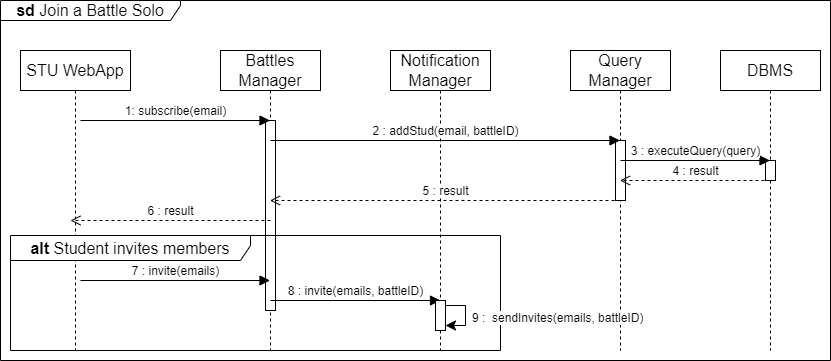
Earlier version of the draw.io export DD/images/runtimeviews/RuntimeView_JoinBattleSolo.png (pontig/sw-eng-2-PasiniPontiggiaStasi). Source tidied: cells renumbered, new cells last; positions are measured from the earlier drawing's top-left corner, leaving out a move shared by most shapes. Source of this version:
```xml
<mxGraphModel>
  <root>
    <mxCell id="0" />
    <mxCell id="1" parent="0" />
    <mxCell id="2" value="STU WebApp" style="shape=umlLifeline;perimeter=lifelinePerimeter;whiteSpace=wrap;html=1;outlineConnect=0;portConstraint=eastwest;newEdgeStyle={&quot;curved&quot;:0,&quot;rounded&quot;:0};fontSize=16;" parent="1" vertex="1">
      <mxGeometry x="20" y="50" width="110" height="300" as="geometry" />
    </mxCell>
    <mxCell id="3" value="Battles Manager" style="shape=umlLifeline;perimeter=lifelinePerimeter;whiteSpace=wrap;html=1;outlineConnect=0;portConstraint=eastwest;newEdgeStyle={&quot;curved&quot;:0,&quot;rounded&quot;:0};fontSize=16;" parent="1" vertex="1">
      <mxGeometry x="220" y="50" width="100" height="300" as="geometry" />
    </mxCell>
    <mxCell id="4" style="html=1;perimeter=orthogonalPerimeter;targetShapes=umlLifeline;newEdgeStyle={&quot;curved&quot;:0,&quot;rounded&quot;:0};fontSize=16;" parent="3" vertex="1">
      <mxGeometry x="45" y="70" width="10" height="190" as="geometry" />
    </mxCell>
    <mxCell id="5" value="Notification Manager" style="shape=umlLifeline;perimeter=lifelinePerimeter;whiteSpace=wrap;html=1;newEdgeStyle={&quot;curved&quot;:0,&quot;rounded&quot;:0};fontSize=16;" parent="1" vertex="1">
      <mxGeometry x="390" y="50" width="100" height="300" as="geometry" />
    </mxCell>
    <mxCell id="6" value="Query Manager" style="shape=umlLifeline;perimeter=lifelinePerimeter;whiteSpace=wrap;html=1;outlineConnect=0;portConstraint=eastwest;newEdgeStyle={&quot;curved&quot;:0,&quot;rounded&quot;:0};fontSize=16;" parent="1" vertex="1">
      <mxGeometry x="570" y="50" width="100" height="300" as="geometry" />
    </mxCell>
    <mxCell id="7" style="html=1;perimeter=orthogonalPerimeter;targetShapes=umlLifeline;newEdgeStyle={&quot;curved&quot;:0,&quot;rounded&quot;:0};fontSize=16;" parent="6" vertex="1">
      <mxGeometry x="45" y="90" width="10" height="60" as="geometry" />
    </mxCell>
    <mxCell id="8" value="1: subscribe(email)" style="html=1;verticalAlign=bottom;endArrow=block;curved=0;rounded=0;fontSize=12;startSize=8;endSize=8;" parent="1" edge="1" target="3">
      <mxGeometry relative="1" as="geometry">
        <mxPoint x="80" y="120" as="sourcePoint" />
      </mxGeometry>
    </mxCell>
    <mxCell id="9" value="2 : addStud(email, battleID)" style="html=1;verticalAlign=bottom;endArrow=block;curved=0;rounded=0;fontSize=12;startSize=8;endSize=8;" parent="1" edge="1" target="6">
      <mxGeometry relative="1" as="geometry">
        <mxPoint x="270" y="140" as="sourcePoint" />
      </mxGeometry>
    </mxCell>
    <mxCell id="10" value="DBMS" style="shape=umlLifeline;perimeter=lifelinePerimeter;whiteSpace=wrap;html=1;outlineConnect=0;portConstraint=eastwest;newEdgeStyle={&quot;curved&quot;:0,&quot;rounded&quot;:0};fontSize=16;" parent="1" vertex="1">
      <mxGeometry x="720" y="50" width="100" height="300" as="geometry" />
    </mxCell>
    <mxCell id="11" style="html=1;perimeter=orthogonalPerimeter;targetShapes=umlLifeline;newEdgeStyle={&quot;curved&quot;:0,&quot;rounded&quot;:0};fontSize=16;" parent="10" vertex="1">
      <mxGeometry x="45" y="110" width="10" height="20" as="geometry" />
    </mxCell>
    <mxCell id="12" value="3 : executeQuery(query)" style="html=1;verticalAlign=bottom;endArrow=block;curved=0;rounded=0;fontSize=12;startSize=8;endSize=8;" parent="1" edge="1" target="10">
      <mxGeometry relative="1" as="geometry">
        <mxPoint x="620" y="160" as="sourcePoint" />
      </mxGeometry>
    </mxCell>
    <mxCell id="13" value="4 : result" style="html=1;verticalAlign=bottom;endArrow=open;dashed=1;endSize=8;curved=0;rounded=0;fontSize=12;" parent="1" edge="1" target="6">
      <mxGeometry relative="1" as="geometry">
        <mxPoint x="770" y="180" as="sourcePoint" />
      </mxGeometry>
    </mxCell>
    <mxCell id="14" value="5 : result" style="html=1;verticalAlign=bottom;endArrow=open;dashed=1;endSize=8;curved=0;rounded=0;fontSize=12;" parent="1" edge="1" target="3">
      <mxGeometry relative="1" as="geometry">
        <mxPoint x="620" y="200" as="sourcePoint" />
      </mxGeometry>
    </mxCell>
    <mxCell id="15" value="&lt;b&gt;alt &lt;/b&gt;Student invites members" style="shape=umlFrame;whiteSpace=wrap;html=1;fontSize=16;width=240;height=25;" parent="1" vertex="1">
      <mxGeometry x="10" y="235" width="490" height="115" as="geometry" />
    </mxCell>
    <mxCell id="16" value="7 : invite(emails)" style="html=1;verticalAlign=bottom;endArrow=block;curved=0;rounded=0;fontSize=12;startSize=8;endSize=8;" parent="1" edge="1" target="3">
      <mxGeometry relative="1" as="geometry">
        <mxPoint x="80" y="280" as="sourcePoint" />
      </mxGeometry>
    </mxCell>
    <mxCell id="17" value="8 : invite(emails, battleID)" style="html=1;verticalAlign=bottom;endArrow=block;curved=0;rounded=0;fontSize=12;startSize=8;endSize=8;" parent="1" edge="1">
      <mxGeometry relative="1" as="geometry">
        <mxPoint x="270" y="300" as="sourcePoint" />
        <mxPoint x="440" y="300" as="targetPoint" />
      </mxGeometry>
    </mxCell>
    <mxCell id="18" style="html=1;points=[[0,0,0,0,5],[0,1,0,0,-5],[1,0,0,0,5],[1,1,0,0,-5]];perimeter=orthogonalPerimeter;outlineConnect=0;targetShapes=umlLifeline;portConstraint=eastwest;newEdgeStyle={&quot;curved&quot;:0,&quot;rounded&quot;:0};fontSize=16;" parent="1" vertex="1">
      <mxGeometry x="435" y="300" width="10" height="30" as="geometry" />
    </mxCell>
    <mxCell id="19" style="edgeStyle=none;curved=0;rounded=0;orthogonalLoop=1;jettySize=auto;html=1;fontSize=12;startSize=8;endSize=8;elbow=vertical;" parent="1" edge="1" source="18" target="18">
      <mxGeometry relative="1" as="geometry" />
    </mxCell>
    <mxCell id="20" value="&lt;div style=&quot;text-align: center;&quot;&gt;&lt;span style=&quot;font-size: 12px; background-color: rgb(255, 255, 255);&quot;&gt;9 :&amp;nbsp; sendInvites(emails, battleID)&lt;/span&gt;&lt;/div&gt;" style="text;whiteSpace=wrap;html=1;fontSize=16;" parent="1" vertex="1">
      <mxGeometry x="470" y="300" width="180" height="20" as="geometry" />
    </mxCell>
    <mxCell id="21" value="&lt;b style=&quot;&quot;&gt;sd &lt;/b&gt;Join a Battle Solo" style="shape=umlFrame;whiteSpace=wrap;html=1;fontSize=16;width=180;height=20;" parent="1" vertex="1">
      <mxGeometry width="830" height="360" as="geometry" />
    </mxCell>
    <mxCell id="22" value="6 : result" style="html=1;verticalAlign=bottom;endArrow=open;dashed=1;endSize=8;curved=0;rounded=0;fontSize=12;" parent="1" edge="1">
      <mxGeometry relative="1" as="geometry">
        <mxPoint x="270" y="220" as="sourcePoint" />
        <mxPoint x="70" y="220" as="targetPoint" />
      </mxGeometry>
    </mxCell>
  </root>
</mxGraphModel>
```
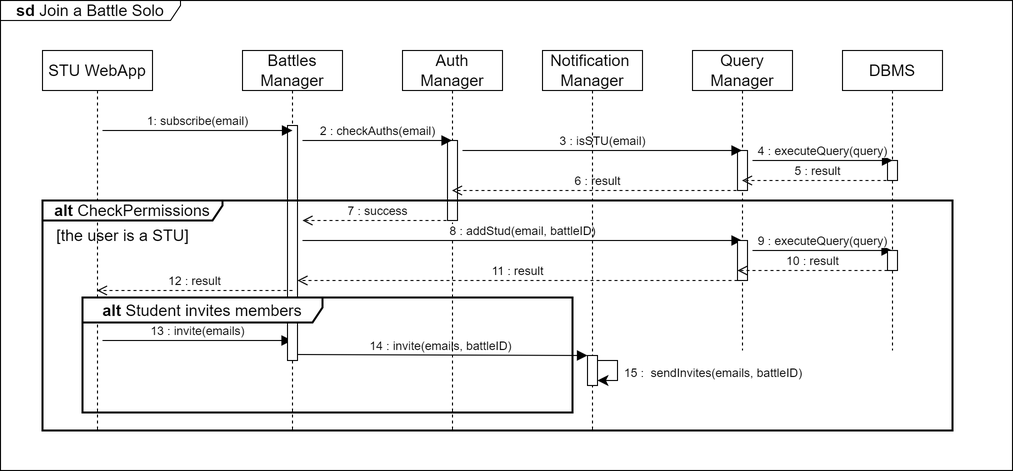
The same diagram one commit later.

Commit message:
fixed runtime views with right components

What changed in the source:
```diff
@@ -2,86 +2,137 @@
   <root>
     <mxCell id="0" />
     <mxCell id="1" parent="0" />
-    <mxCell id="2" value="STU WebApp" style="shape=umlLifeline;perimeter=lifelinePerimeter;whiteSpace=wrap;html=1;outlineConnect=0;portConstraint=eastwest;newEdgeStyle={&quot;curved&quot;:0,&quot;rounded&quot;:0};fontSize=16;" parent="1" vertex="1">
-      <mxGeometry x="20" y="50" width="110" height="300" as="geometry" />
-    </mxCell>
-    <mxCell id="3" value="Battles Manager" style="shape=umlLifeline;perimeter=lifelinePerimeter;whiteSpace=wrap;html=1;outlineConnect=0;portConstraint=eastwest;newEdgeStyle={&quot;curved&quot;:0,&quot;rounded&quot;:0};fontSize=16;" parent="1" vertex="1">
-      <mxGeometry x="220" y="50" width="100" height="300" as="geometry" />
-    </mxCell>
-    <mxCell id="4" style="html=1;perimeter=orthogonalPerimeter;targetShapes=umlLifeline;newEdgeStyle={&quot;curved&quot;:0,&quot;rounded&quot;:0};fontSize=16;" parent="3" vertex="1">
-      <mxGeometry x="45" y="70" width="10" height="190" as="geometry" />
-    </mxCell>
-    <mxCell id="5" value="Notification Manager" style="shape=umlLifeline;perimeter=lifelinePerimeter;whiteSpace=wrap;html=1;newEdgeStyle={&quot;curved&quot;:0,&quot;rounded&quot;:0};fontSize=16;" parent="1" vertex="1">
-      <mxGeometry x="390" y="50" width="100" height="300" as="geometry" />
-    </mxCell>
     <mxCell id="6" value="Query Manager" style="shape=umlLifeline;perimeter=lifelinePerimeter;whiteSpace=wrap;html=1;outlineConnect=0;portConstraint=eastwest;newEdgeStyle={&quot;curved&quot;:0,&quot;rounded&quot;:0};fontSize=16;" parent="1" vertex="1">
-      <mxGeometry x="570" y="50" width="100" height="300" as="geometry" />
+      <mxGeometry x="1650" y="30" width="100" height="300" as="geometry" />
     </mxCell>
     <mxCell id="7" style="html=1;perimeter=orthogonalPerimeter;targetShapes=umlLifeline;newEdgeStyle={&quot;curved&quot;:0,&quot;rounded&quot;:0};fontSize=16;" parent="6" vertex="1">
-      <mxGeometry x="45" y="90" width="10" height="60" as="geometry" />
+      <mxGeometry x="45" y="100" width="10" height="40" as="geometry" />
     </mxCell>
-    <mxCell id="8" value="1: subscribe(email)" style="html=1;verticalAlign=bottom;endArrow=block;curved=0;rounded=0;fontSize=12;startSize=8;endSize=8;" parent="1" edge="1" target="3">
-      <mxGeometry relative="1" as="geometry">
-        <mxPoint x="80" y="120" as="sourcePoint" />
-      </mxGeometry>
-    </mxCell>
-    <mxCell id="9" value="2 : addStud(email, battleID)" style="html=1;verticalAlign=bottom;endArrow=block;curved=0;rounded=0;fontSize=12;startSize=8;endSize=8;" parent="1" edge="1" target="6">
-      <mxGeometry relative="1" as="geometry">
-        <mxPoint x="270" y="140" as="sourcePoint" />
-      </mxGeometry>
-    </mxCell>
     <mxCell id="10" value="DBMS" style="shape=umlLifeline;perimeter=lifelinePerimeter;whiteSpace=wrap;html=1;outlineConnect=0;portConstraint=eastwest;newEdgeStyle={&quot;curved&quot;:0,&quot;rounded&quot;:0};fontSize=16;" parent="1" vertex="1">
-      <mxGeometry x="720" y="50" width="100" height="300" as="geometry" />
+      <mxGeometry x="1800" y="30" width="100" height="300" as="geometry" />
     </mxCell>
     <mxCell id="11" style="html=1;perimeter=orthogonalPerimeter;targetShapes=umlLifeline;newEdgeStyle={&quot;curved&quot;:0,&quot;rounded&quot;:0};fontSize=16;" parent="10" vertex="1">
       <mxGeometry x="45" y="110" width="10" height="20" as="geometry" />
     </mxCell>
-    <mxCell id="12" value="3 : executeQuery(query)" style="html=1;verticalAlign=bottom;endArrow=block;curved=0;rounded=0;fontSize=12;startSize=8;endSize=8;" parent="1" edge="1" target="10">
+    <mxCell id="12" value="4 : executeQuery(query)" style="html=1;verticalAlign=bottom;endArrow=block;curved=0;rounded=0;fontSize=12;startSize=8;endSize=8;" parent="1" edge="1">
       <mxGeometry relative="1" as="geometry">
-        <mxPoint x="620" y="160" as="sourcePoint" />
+        <mxPoint x="1710" y="140" as="sourcePoint" />
+        <mxPoint x="1850" y="140" as="targetPoint" />
       </mxGeometry>
     </mxCell>
-    <mxCell id="13" value="4 : result" style="html=1;verticalAlign=bottom;endArrow=open;dashed=1;endSize=8;curved=0;rounded=0;fontSize=12;" parent="1" edge="1" target="6">
+    <mxCell id="13" value="5 : result" style="html=1;verticalAlign=bottom;endArrow=open;dashed=1;endSize=8;curved=0;rounded=0;fontSize=12;" parent="1" edge="1" target="6">
       <mxGeometry relative="1" as="geometry">
-        <mxPoint x="770" y="180" as="sourcePoint" />
+        <mxPoint x="1850" y="160" as="sourcePoint" />
       </mxGeometry>
     </mxCell>
-    <mxCell id="14" value="5 : result" style="html=1;verticalAlign=bottom;endArrow=open;dashed=1;endSize=8;curved=0;rounded=0;fontSize=12;" parent="1" edge="1" target="3">
-      <mxGeometry relative="1" as="geometry">
-        <mxPoint x="620" y="200" as="sourcePoint" />
-      </mxGeometry>
-    </mxCell>
-    <mxCell id="15" value="&lt;b&gt;alt &lt;/b&gt;Student invites members" style="shape=umlFrame;whiteSpace=wrap;html=1;fontSize=16;width=240;height=25;" parent="1" vertex="1">
-      <mxGeometry x="10" y="235" width="490" height="115" as="geometry" />
-    </mxCell>
-    <mxCell id="16" value="7 : invite(emails)" style="html=1;verticalAlign=bottom;endArrow=block;curved=0;rounded=0;fontSize=12;startSize=8;endSize=8;" parent="1" edge="1" target="3">
+    <mxCell id="16" value="13 : invite(emails)" style="html=1;verticalAlign=bottom;endArrow=block;curved=0;rounded=0;fontSize=12;startSize=8;endSize=8;" parent="1" edge="1">
       <mxGeometry relative="1" as="geometry">
-        <mxPoint x="80" y="280" as="sourcePoint" />
+        <mxPoint x="1060" y="320" as="sourcePoint" />
+        <mxPoint x="1249.5" y="320" as="targetPoint" />
       </mxGeometry>
     </mxCell>
-    <mxCell id="17" value="8 : invite(emails, battleID)" style="html=1;verticalAlign=bottom;endArrow=block;curved=0;rounded=0;fontSize=12;startSize=8;endSize=8;" parent="1" edge="1">
+    <mxCell id="17" value="14 : invite(emails, battleID)" style="html=1;verticalAlign=bottom;endArrow=block;curved=0;rounded=0;fontSize=12;startSize=8;endSize=8;" parent="1" edge="1" target="18">
       <mxGeometry relative="1" as="geometry">
-        <mxPoint x="270" y="300" as="sourcePoint" />
-        <mxPoint x="440" y="300" as="targetPoint" />
+        <mxPoint x="1250" y="334" as="sourcePoint" />
       </mxGeometry>
     </mxCell>
+    <mxCell id="20" value="&lt;div style=&quot;text-align: center;&quot;&gt;&lt;span style=&quot;font-size: 12px; background-color: rgb(255, 255, 255);&quot;&gt;15 :&amp;nbsp; sendInvites(emails, battleID)&lt;/span&gt;&lt;/div&gt;" style="text;whiteSpace=wrap;html=1;fontSize=16;" parent="1" vertex="1">
+      <mxGeometry x="1580" y="335" width="190" height="20" as="geometry" />
+    </mxCell>
+    <mxCell id="21" value="&lt;b style=&quot;&quot;&gt;sd &lt;/b&gt;Join a Battle Solo" style="shape=umlFrame;whiteSpace=wrap;html=1;fontSize=16;width=180;height=20;" parent="1" vertex="1">
+      <mxGeometry x="958" y="-20" width="1012" height="470" as="geometry" />
+    </mxCell>
+    <mxCell id="2" value="STU WebApp" style="shape=umlLifeline;perimeter=lifelinePerimeter;whiteSpace=wrap;html=1;outlineConnect=0;portConstraint=eastwest;newEdgeStyle={&quot;curved&quot;:0,&quot;rounded&quot;:0};fontSize=16;" parent="1" vertex="1">
+      <mxGeometry x="1000" y="30" width="110" height="380" as="geometry" />
+    </mxCell>
+    <mxCell id="3" value="Battles Manager" style="shape=umlLifeline;perimeter=lifelinePerimeter;whiteSpace=wrap;html=1;outlineConnect=0;portConstraint=eastwest;newEdgeStyle={&quot;curved&quot;:0,&quot;rounded&quot;:0};fontSize=16;" parent="1" vertex="1">
+      <mxGeometry x="1200" y="30" width="100" height="380" as="geometry" />
+    </mxCell>
+    <mxCell id="23" style="html=1;points=[[0,0,0,0,5],[0,1,0,0,-5],[1,0,0,0,5],[1,1,0,0,-5]];perimeter=orthogonalPerimeter;outlineConnect=0;targetShapes=umlLifeline;portConstraint=eastwest;newEdgeStyle={&quot;curved&quot;:0,&quot;rounded&quot;:0};fontSize=16;" parent="3" vertex="1">
+      <mxGeometry x="45" y="75" width="10" height="235" as="geometry" />
+    </mxCell>
+    <mxCell id="8" value="1: subscribe(email)" style="html=1;verticalAlign=bottom;endArrow=block;curved=0;rounded=0;fontSize=12;startSize=8;endSize=8;" parent="1" edge="1">
+      <mxGeometry relative="1" as="geometry">
+        <mxPoint x="1060" y="110" as="sourcePoint" />
+        <mxPoint x="1250" y="110" as="targetPoint" />
+      </mxGeometry>
+    </mxCell>
+    <mxCell id="24" value="Auth Manager" style="shape=umlLifeline;perimeter=lifelinePerimeter;whiteSpace=wrap;html=1;outlineConnect=0;portConstraint=eastwest;newEdgeStyle={&quot;curved&quot;:0,&quot;rounded&quot;:0};fontSize=16;" parent="1" vertex="1">
+      <mxGeometry x="1360" y="30" width="100" height="380" as="geometry" />
+    </mxCell>
+    <mxCell id="25" style="html=1;perimeter=orthogonalPerimeter;targetShapes=umlLifeline;newEdgeStyle={&quot;curved&quot;:0,&quot;rounded&quot;:0};fontSize=16;" parent="24" vertex="1">
+      <mxGeometry x="45" y="90" width="10" height="80" as="geometry" />
+    </mxCell>
+    <mxCell id="26" value="2 : checkAuths(email)" style="html=1;verticalAlign=bottom;endArrow=block;curved=0;rounded=0;fontSize=12;startSize=8;endSize=8;" parent="1" edge="1" target="24">
+      <mxGeometry relative="1" as="geometry">
+        <mxPoint x="1260" y="120" as="sourcePoint" />
+      </mxGeometry>
+    </mxCell>
+    <mxCell id="27" value="3 : isSTU(email)" style="html=1;verticalAlign=bottom;endArrow=block;curved=0;rounded=0;fontSize=12;startSize=8;endSize=8;" parent="1" edge="1" target="6">
+      <mxGeometry relative="1" as="geometry">
+        <mxPoint x="1420" y="130" as="sourcePoint" />
+      </mxGeometry>
+    </mxCell>
+    <mxCell id="22" value="6 : result" style="html=1;verticalAlign=bottom;endArrow=open;dashed=1;endSize=8;curved=0;rounded=0;fontSize=12;" parent="1" edge="1" target="24">
+      <mxGeometry relative="1" as="geometry">
+        <mxPoint x="1700" y="170" as="sourcePoint" />
+      </mxGeometry>
+    </mxCell>
+    <mxCell id="28" value="&lt;b&gt;alt &lt;/b&gt;CheckPermissions" style="shape=umlFrame;whiteSpace=wrap;html=1;fontSize=16;width=180;height=20;strokeWidth=2;" parent="1" vertex="1">
+      <mxGeometry x="1000" y="180" width="910" height="230" as="geometry" />
+    </mxCell>
+    <mxCell id="29" value="[the user is a STU]" style="text;html=1;align=center;verticalAlign=middle;strokeColor=none;fillColor=none;fontSize=16;" parent="1" vertex="1">
+      <mxGeometry x="1000" y="200" width="160" height="30" as="geometry" />
+    </mxCell>
+    <mxCell id="30" value="8 : addStud(email, battleID)" style="html=1;verticalAlign=bottom;endArrow=block;curved=0;rounded=0;fontSize=12;startSize=8;endSize=8;" parent="1" edge="1" target="6">
+      <mxGeometry relative="1" as="geometry">
+        <mxPoint x="1260" y="220" as="sourcePoint" />
+      </mxGeometry>
+    </mxCell>
+    <mxCell id="31" value="7 : success" style="html=1;verticalAlign=bottom;endArrow=open;dashed=1;endSize=8;curved=0;rounded=0;fontSize=12;" parent="1" edge="1">
+      <mxGeometry relative="1" as="geometry">
+        <mxPoint x="1410" y="200" as="sourcePoint" />
+        <mxPoint x="1260" y="200" as="targetPoint" />
+      </mxGeometry>
+    </mxCell>
+    <mxCell id="32" style="html=1;perimeter=orthogonalPerimeter;targetShapes=umlLifeline;newEdgeStyle={&quot;curved&quot;:0,&quot;rounded&quot;:0};fontSize=16;" parent="1" vertex="1">
+      <mxGeometry x="1695" y="220" width="10" height="40" as="geometry" />
+    </mxCell>
+    <mxCell id="33" value="9 : executeQuery(query)" style="html=1;verticalAlign=bottom;endArrow=block;curved=0;rounded=0;fontSize=12;startSize=8;endSize=8;" parent="1" edge="1" target="10">
+      <mxGeometry relative="1" as="geometry">
+        <mxPoint x="1710" y="230" as="sourcePoint" />
+      </mxGeometry>
+    </mxCell>
+    <mxCell id="34" style="html=1;perimeter=orthogonalPerimeter;targetShapes=umlLifeline;newEdgeStyle={&quot;curved&quot;:0,&quot;rounded&quot;:0};fontSize=16;" parent="1" vertex="1">
+      <mxGeometry x="1845" y="230" width="10" height="20" as="geometry" />
+    </mxCell>
+    <mxCell id="35" value="10 : result" style="html=1;verticalAlign=bottom;endArrow=open;dashed=1;endSize=8;curved=0;rounded=0;fontSize=12;" parent="1" edge="1">
+      <mxGeometry relative="1" as="geometry">
+        <mxPoint x="1845" y="250" as="sourcePoint" />
+        <mxPoint x="1695" y="250" as="targetPoint" />
+      </mxGeometry>
+    </mxCell>
+    <mxCell id="36" value="11 : result" style="html=1;verticalAlign=bottom;endArrow=open;dashed=1;endSize=8;curved=0;rounded=0;fontSize=12;" parent="1" edge="1" target="23">
+      <mxGeometry relative="1" as="geometry">
+        <mxPoint x="1695" y="260" as="sourcePoint" />
+      </mxGeometry>
+    </mxCell>
+    <mxCell id="37" value="12 : result" style="html=1;verticalAlign=bottom;endArrow=open;dashed=1;endSize=8;curved=0;rounded=0;fontSize=12;" parent="1" edge="1" target="2">
+      <mxGeometry relative="1" as="geometry">
+        <mxPoint x="1250" y="270" as="sourcePoint" />
+      </mxGeometry>
+    </mxCell>
+    <mxCell id="5" value="Notification&amp;nbsp;&lt;br&gt;Manager" style="shape=umlLifeline;perimeter=lifelinePerimeter;whiteSpace=wrap;html=1;newEdgeStyle={&quot;curved&quot;:0,&quot;rounded&quot;:0};fontSize=16;" parent="1" vertex="1">
+      <mxGeometry x="1500" y="30" width="100" height="380" as="geometry" />
+    </mxCell>
-    <mxCell id="18" style="html=1;points=[[0,0,0,0,5],[0,1,0,0,-5],[1,0,0,0,5],[1,1,0,0,-5]];perimeter=orthogonalPerimeter;outlineConnect=0;targetShapes=umlLifeline;portConstraint=eastwest;newEdgeStyle={&quot;curved&quot;:0,&quot;rounded&quot;:0};fontSize=16;" parent="1" vertex="1">
-      <mxGeometry x="435" y="300" width="10" height="30" as="geometry" />
+    <mxCell id="18" style="html=1;points=[[0,0,0,0,5],[0,1,0,0,-5],[1,0,0,0,5],[1,1,0,0,-5]];perimeter=orthogonalPerimeter;outlineConnect=0;targetShapes=umlLifeline;portConstraint=eastwest;newEdgeStyle={&quot;curved&quot;:0,&quot;rounded&quot;:0};fontSize=16;" parent="5" vertex="1">
+      <mxGeometry x="45" y="305" width="10" height="30" as="geometry" />
     </mxCell>
-    <mxCell id="19" style="edgeStyle=none;curved=0;rounded=0;orthogonalLoop=1;jettySize=auto;html=1;fontSize=12;startSize=8;endSize=8;elbow=vertical;" parent="1" edge="1" source="18" target="18">
+    <mxCell id="19" style="edgeStyle=none;curved=0;rounded=0;orthogonalLoop=1;jettySize=auto;html=1;fontSize=12;startSize=8;endSize=8;elbow=vertical;" parent="5" edge="1" source="18" target="18">
       <mxGeometry relative="1" as="geometry" />
     </mxCell>
-    <mxCell id="20" value="&lt;div style=&quot;text-align: center;&quot;&gt;&lt;span style=&quot;font-size: 12px; background-color: rgb(255, 255, 255);&quot;&gt;9 :&amp;nbsp; sendInvites(emails, battleID)&lt;/span&gt;&lt;/div&gt;" style="text;whiteSpace=wrap;html=1;fontSize=16;" parent="1" vertex="1">
-      <mxGeometry x="470" y="300" width="180" height="20" as="geometry" />
-    </mxCell>
-    <mxCell id="21" value="&lt;b style=&quot;&quot;&gt;sd &lt;/b&gt;Join a Battle Solo" style="shape=umlFrame;whiteSpace=wrap;html=1;fontSize=16;width=180;height=20;" parent="1" vertex="1">
-      <mxGeometry width="830" height="360" as="geometry" />
-    </mxCell>
-    <mxCell id="22" value="6 : result" style="html=1;verticalAlign=bottom;endArrow=open;dashed=1;endSize=8;curved=0;rounded=0;fontSize=12;" parent="1" edge="1">
-      <mxGeometry relative="1" as="geometry">
-        <mxPoint x="270" y="220" as="sourcePoint" />
-        <mxPoint x="70" y="220" as="targetPoint" />
-      </mxGeometry>
-    </mxCell>
+    <mxCell id="15" value="&lt;b&gt;alt &lt;/b&gt;Student invites members" style="shape=umlFrame;whiteSpace=wrap;html=1;fontSize=16;width=240;height=25;strokeWidth=2;" parent="1" vertex="1">
+      <mxGeometry x="1040" y="277" width="490" height="115" as="geometry" />
+    </mxCell>
   </root>
 </mxGraphModel>
```
